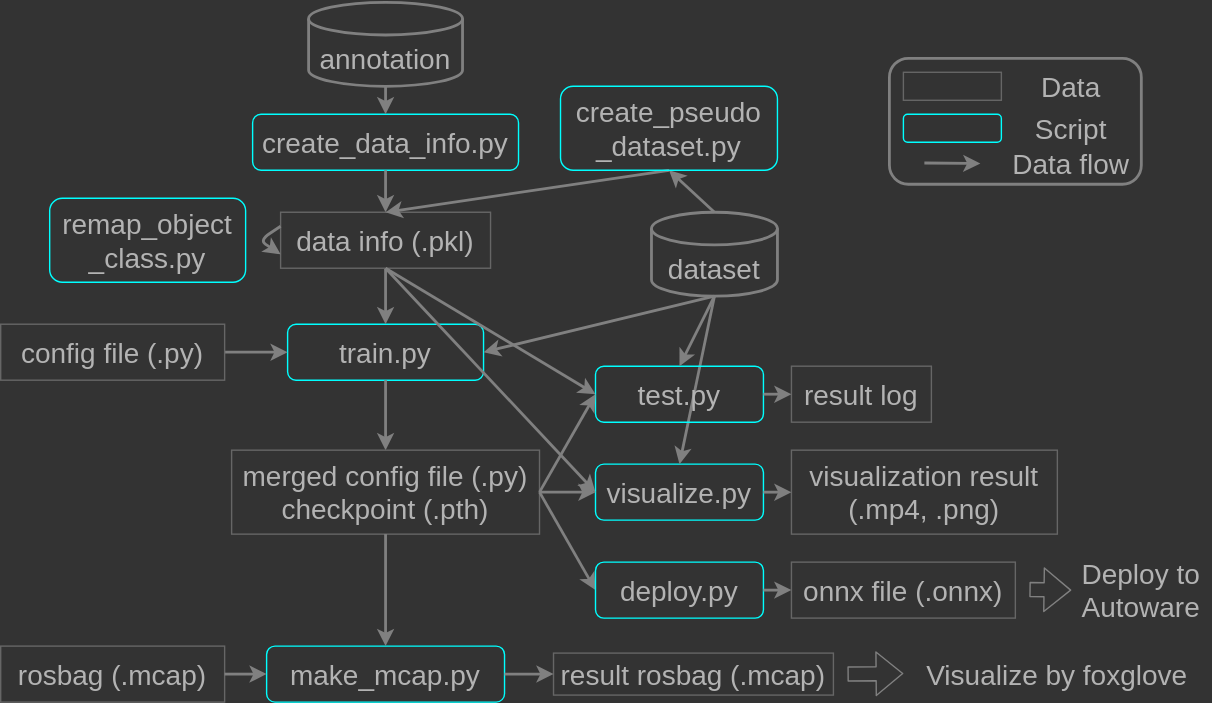
The draw.io diagram docs/fig/pipeline.drawio.svg in tier4/AWML, before a commit. Source tidied: cells renumbered, new cells last; positions are measured from the earlier drawing's top-left corner, leaving out a move shared by most shapes.
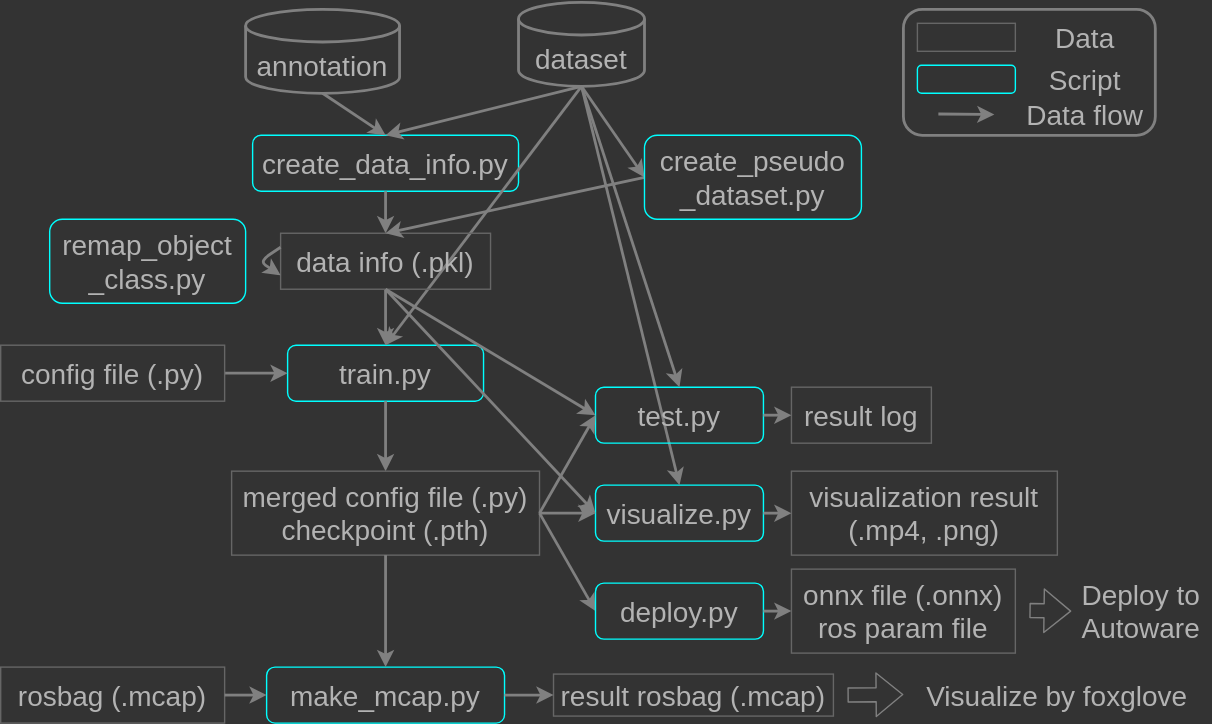
Above is the later version.

What changed in the source:
```diff
@@ -3,7 +3,7 @@
     <mxCell id="0" />
     <mxCell id="1" parent="0" />
     <mxCell id="2" style="rounded=1;whiteSpace=wrap;html=1;fillColor=none;strokeWidth=2;strokeColor=#808080;fontColor=#B3B3B3;" parent="1" vertex="1">
-      <mxGeometry x="635" y="40" width="180" height="90" as="geometry" />
+      <mxGeometry x="645" y="-10" width="180" height="90" as="geometry" />
     </mxCell>
     <mxCell id="3" value="&lt;font style=&quot;font-size: 20px;&quot;&gt;train.py&lt;/font&gt;" style="rounded=1;whiteSpace=wrap;html=1;strokeColor=#00FFFF;fillColor=none;fontColor=#B3B3B3;" parent="1" vertex="1">
       <mxGeometry x="205" y="230" width="140" height="40" as="geometry" />
@@ -17,7 +17,7 @@
     <mxCell id="6" style="endArrow=classic;html=1;fontSize=20;exitX=0.5;exitY=1;exitDx=0;exitDy=0;entryX=0.5;entryY=0;entryDx=0;entryDy=0;fontColor=#B3B3B3;strokeColor=#808080;strokeWidth=2;" parent="1" edge="1" source="11" target="3">
       <mxGeometry relative="1" as="geometry" />
     </mxCell>
-    <mxCell id="7" style="endArrow=classic;html=1;fontSize=20;exitX=0.5;exitY=1;exitDx=0;exitDy=0;entryX=1;entryY=0.5;entryDx=0;entryDy=0;exitPerimeter=0;fontColor=#B3B3B3;strokeColor=#808080;strokeWidth=2;" parent="1" edge="1" source="49" target="3">
+    <mxCell id="7" style="endArrow=classic;html=1;fontSize=20;exitX=0.5;exitY=1;exitDx=0;exitDy=0;entryX=0.5;entryY=0;entryDx=0;entryDy=0;exitPerimeter=0;fontColor=#B3B3B3;strokeColor=#808080;strokeWidth=2;" parent="1" edge="1" source="49" target="3">
       <mxGeometry relative="1" as="geometry" />
     </mxCell>
     <mxCell id="8" style="endArrow=classic;html=1;fontSize=20;exitX=1;exitY=0.5;exitDx=0;exitDy=0;entryX=0;entryY=0.5;entryDx=0;entryDy=0;fontColor=#B3B3B3;strokeWidth=2;strokeColor=#808080;" parent="1" edge="1" source="10" target="3">
@@ -35,8 +35,8 @@
     <mxCell id="12" value="merged config file (.py)&lt;br&gt;checkpoint (.pth)" style="rounded=0;whiteSpace=wrap;html=1;strokeColor=#666666;fontSize=20;fillColor=none;fontColor=#B3B3B3;" parent="1" vertex="1">
       <mxGeometry x="165" y="320" width="220" height="60" as="geometry" />
     </mxCell>
-    <mxCell id="13" value="onnx file (.onnx)" style="rounded=0;whiteSpace=wrap;html=1;strokeColor=#666666;fontSize=20;fillColor=none;fontColor=#B3B3B3;" parent="1" vertex="1">
-      <mxGeometry x="565" y="400" width="160" height="40" as="geometry" />
+    <mxCell id="13" value="onnx file (.onnx)&lt;br&gt;ros param file" style="rounded=0;whiteSpace=wrap;html=1;strokeColor=#666666;fontSize=20;fillColor=none;fontColor=#B3B3B3;" parent="1" vertex="1">
+      <mxGeometry x="565" y="390" width="160" height="60" as="geometry" />
     </mxCell>
     <mxCell id="14" style="endArrow=classic;html=1;fontSize=20;entryX=0;entryY=0.5;entryDx=0;entryDy=0;fontColor=#B3B3B3;strokeWidth=2;strokeColor=#808080;" parent="1" edge="1" target="43">
       <mxGeometry relative="1" as="geometry">
@@ -114,25 +114,25 @@
       <mxGeometry relative="1" as="geometry" />
     </mxCell>
     <mxCell id="35" style="rounded=0;whiteSpace=wrap;html=1;strokeColor=#666666;fontSize=20;fillColor=none;fontColor=#B3B3B3;" parent="1" vertex="1">
-      <mxGeometry x="645" y="50" width="70" height="20" as="geometry" />
+      <mxGeometry x="655" width="70" height="20" as="geometry" />
     </mxCell>
     <mxCell id="36" style="rounded=1;whiteSpace=wrap;html=1;strokeColor=#00FFFF;fillColor=none;fontColor=#B3B3B3;" parent="1" vertex="1">
-      <mxGeometry x="645" y="80" width="70" height="20" as="geometry" />
+      <mxGeometry x="655" y="30" width="70" height="20" as="geometry" />
     </mxCell>
     <mxCell id="37" value="&lt;font style=&quot;font-size: 20px;&quot;&gt;Data&lt;/font&gt;" style="text;html=1;strokeColor=none;fillColor=none;align=center;verticalAlign=middle;whiteSpace=wrap;rounded=0;strokeWidth=2;fontColor=#B3B3B3;" parent="1" vertex="1">
-      <mxGeometry x="735" y="45" width="60" height="30" as="geometry" />
+      <mxGeometry x="745" y="-5" width="60" height="30" as="geometry" />
     </mxCell>
     <mxCell id="38" value="&lt;font style=&quot;font-size: 20px;&quot;&gt;Script&lt;/font&gt;" style="text;html=1;strokeColor=none;fillColor=none;align=center;verticalAlign=middle;whiteSpace=wrap;rounded=0;strokeWidth=2;fontColor=#B3B3B3;" parent="1" vertex="1">
-      <mxGeometry x="735" y="75" width="60" height="30" as="geometry" />
+      <mxGeometry x="745" y="25" width="60" height="30" as="geometry" />
     </mxCell>
     <mxCell id="39" style="endArrow=classic;html=1;fontSize=20;fontColor=#B3B3B3;strokeColor=#808080;strokeWidth=2;" parent="1" edge="1">
       <mxGeometry relative="1" as="geometry">
-        <mxPoint x="660" y="114.8" as="sourcePoint" />
-        <mxPoint x="700" y="115.2" as="targetPoint" />
+        <mxPoint x="670" y="64.8" as="sourcePoint" />
+        <mxPoint x="710" y="65.2" as="targetPoint" />
       </mxGeometry>
     </mxCell>
     <mxCell id="40" value="&lt;font style=&quot;font-size: 20px;&quot;&gt;Data flow&lt;/font&gt;" style="text;html=1;strokeColor=none;fillColor=none;align=center;verticalAlign=middle;whiteSpace=wrap;rounded=0;strokeWidth=2;fontColor=#B3B3B3;" parent="1" vertex="1">
-      <mxGeometry x="715" y="100" width="100" height="30" as="geometry" />
+      <mxGeometry x="725" y="50" width="100" height="30" as="geometry" />
     </mxCell>
     <mxCell id="41" style="endArrow=classic;html=1;fontSize=20;exitX=0.5;exitY=1;exitDx=0;exitDy=0;entryX=0.5;entryY=0;entryDx=0;entryDy=0;fontColor=#B3B3B3;strokeWidth=2;strokeColor=#808080;" parent="1" edge="1" source="12" target="20">
       <mxGeometry relative="1" as="geometry" />
@@ -157,20 +157,23 @@
     <mxCell id="47" style="endArrow=classic;html=1;fontSize=20;exitX=0.5;exitY=1;exitDx=0;exitDy=0;entryX=0;entryY=0.5;entryDx=0;entryDy=0;fontColor=#B3B3B3;strokeColor=#808080;strokeWidth=2;" parent="1" edge="1" source="11" target="32">
       <mxGeometry relative="1" as="geometry" />
     </mxCell>
-    <mxCell id="48" style="edgeStyle=none;html=1;exitX=0.5;exitY=0;exitDx=0;exitDy=0;exitPerimeter=0;entryX=0.5;entryY=1;entryDx=0;entryDy=0;fontColor=#B3B3B3;strokeColor=#808080;strokeWidth=2;" parent="1" edge="1" source="49" target="52">
+    <mxCell id="48" style="edgeStyle=none;html=1;exitX=0.5;exitY=1;exitDx=0;exitDy=0;exitPerimeter=0;entryX=0;entryY=0.5;entryDx=0;entryDy=0;fontColor=#B3B3B3;strokeColor=#808080;strokeWidth=2;" parent="1" edge="1" source="49" target="52">
       <mxGeometry relative="1" as="geometry" />
     </mxCell>
     <mxCell id="49" value="&lt;font style=&quot;font-size: 20px;&quot;&gt;dataset&lt;/font&gt;" style="shape=cylinder3;whiteSpace=wrap;html=1;boundedLbl=1;backgroundOutline=1;size=11.679206848144531;fontColor=#B3B3B3;fillColor=none;strokeWidth=2;strokeColor=#808080;" parent="1" vertex="1">
-      <mxGeometry x="465" y="150" width="90" height="60" as="geometry" />
+      <mxGeometry x="370" y="-15" width="90" height="60" as="geometry" />
     </mxCell>
     <mxCell id="50" value="&lt;span style=&quot;font-size: 20px;&quot;&gt;annotation&lt;/span&gt;" style="shape=cylinder3;whiteSpace=wrap;html=1;boundedLbl=1;backgroundOutline=1;size=11.679206848144531;fontColor=#B3B3B3;fillColor=none;strokeColor=#808080;strokeWidth=2;" parent="1" vertex="1">
-      <mxGeometry x="220" width="110" height="60" as="geometry" />
+      <mxGeometry x="175" y="-10" width="110" height="60" as="geometry" />
     </mxCell>
-    <mxCell id="51" style="edgeStyle=none;html=1;exitX=0.5;exitY=1;exitDx=0;exitDy=0;entryX=0.5;entryY=0;entryDx=0;entryDy=0;fontColor=#B3B3B3;strokeColor=#808080;strokeWidth=2;" parent="1" edge="1" source="52" target="11">
+    <mxCell id="51" style="edgeStyle=none;html=1;exitX=0;exitY=0.5;exitDx=0;exitDy=0;entryX=0.5;entryY=0;entryDx=0;entryDy=0;fontColor=#B3B3B3;strokeColor=#808080;strokeWidth=2;" parent="1" edge="1" source="52" target="11">
       <mxGeometry relative="1" as="geometry" />
     </mxCell>
     <mxCell id="52" value="&lt;font style=&quot;font-size: 20px;&quot;&gt;create_pseudo&lt;br&gt;_dataset.py&lt;/font&gt;" style="rounded=1;whiteSpace=wrap;html=1;strokeColor=#00FFFF;fillColor=none;fontColor=#B3B3B3;" parent="1" vertex="1">
-      <mxGeometry x="400" y="60" width="155" height="60" as="geometry" />
+      <mxGeometry x="460" y="80" width="155" height="60" as="geometry" />
     </mxCell>
+    <mxCell id="53" style="edgeStyle=none;html=1;exitX=0.5;exitY=1;exitDx=0;exitDy=0;exitPerimeter=0;fontColor=#B3B3B3;strokeColor=#808080;strokeWidth=2;entryX=0.5;entryY=0;entryDx=0;entryDy=0;" parent="1" edge="1" source="49" target="4">
+      <mxGeometry relative="1" as="geometry" />
+    </mxCell>
   </root>
 </mxGraphModel>
```
